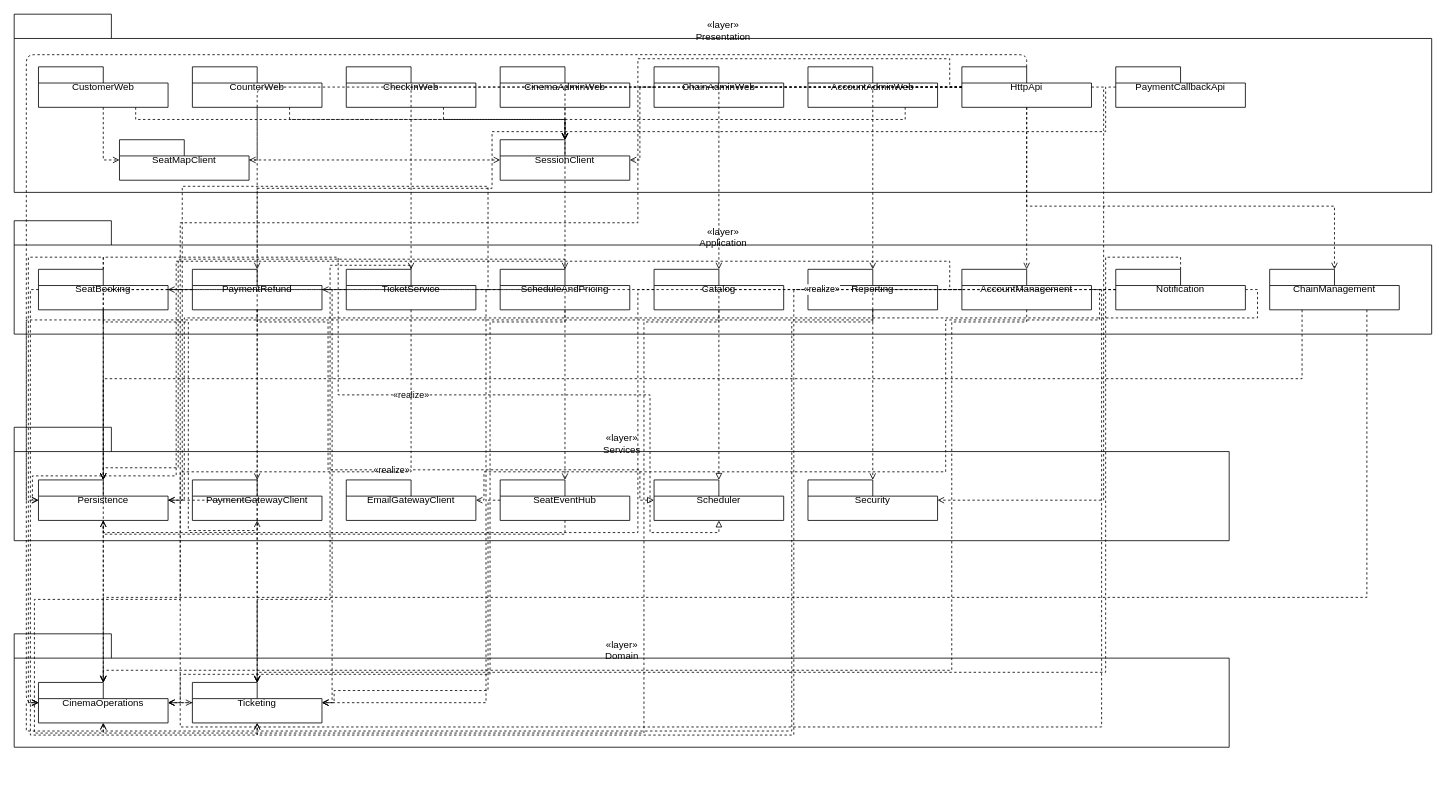
Before: design/diagrams/P09-package-layers.drawio in luytbq/app-dat-ve-xem-phim, a draw.io diagram. Source tidied: cells renumbered, new cells numbered last; positions are measured from the earlier drawing's top-left corner, leaving out a move shared by most shapes. Both pictures are drawn from the tidied source at 81%, with x=0, y=0 at pixel (14, 14).
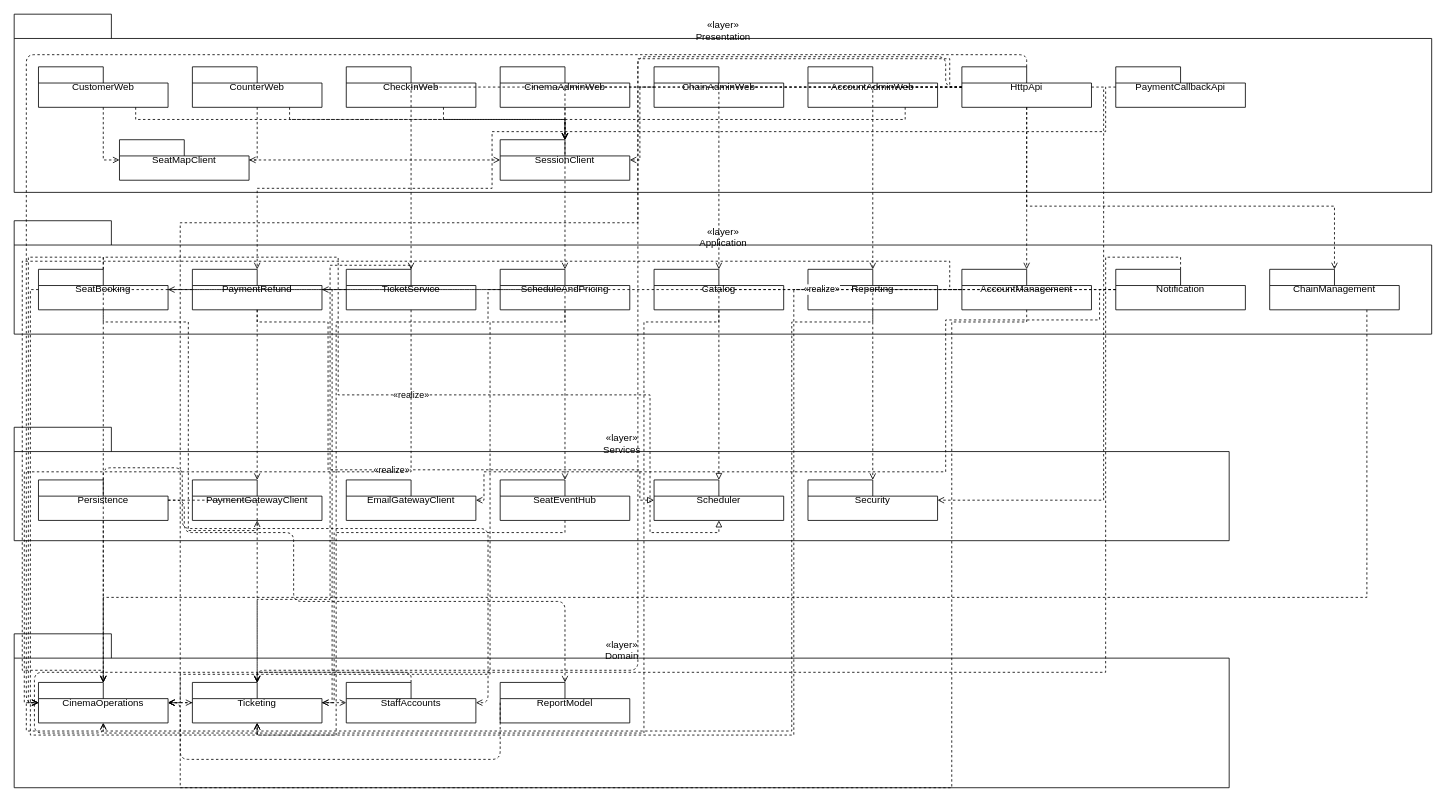
After the change.

Unchanged cells that the change refers to:
```xml
<mxCell id="9" value="HttpApi" style="shape=folder;tabWidth=80;tabHeight=20;tabPosition=left;html=1;whiteSpace=wrap;" parent="2" vertex="1">
  <mxGeometry x="1170" y="65" width="160" height="50" as="geometry" />
</mxCell>
<mxCell id="14" value="SeatBooking" style="shape=folder;tabWidth=80;tabHeight=20;tabPosition=left;html=1;whiteSpace=wrap;" parent="13" vertex="1">
  <mxGeometry x="30" y="60" width="160" height="50" as="geometry" />
</mxCell>
<mxCell id="15" value="PaymentRefund" style="shape=folder;tabWidth=80;tabHeight=20;tabPosition=left;html=1;whiteSpace=wrap;" parent="13" vertex="1">
  <mxGeometry x="220" y="60" width="160" height="50" as="geometry" />
</mxCell>
<mxCell id="16" value="TicketService" style="shape=folder;tabWidth=80;tabHeight=20;tabPosition=left;html=1;whiteSpace=wrap;" parent="13" vertex="1">
  <mxGeometry x="410" y="60" width="160" height="50" as="geometry" />
</mxCell>
<mxCell id="17" value="ScheduleAndPricing" style="shape=folder;tabWidth=80;tabHeight=20;tabPosition=left;html=1;whiteSpace=wrap;" parent="13" vertex="1">
  <mxGeometry x="600" y="60" width="160" height="50" as="geometry" />
</mxCell>
<mxCell id="18" value="Catalog" style="shape=folder;tabWidth=80;tabHeight=20;tabPosition=left;html=1;whiteSpace=wrap;" parent="13" vertex="1">
  <mxGeometry x="790" y="60" width="160" height="50" as="geometry" />
</mxCell>
<mxCell id="19" value="Reporting" style="shape=folder;tabWidth=80;tabHeight=20;tabPosition=left;html=1;whiteSpace=wrap;" parent="13" vertex="1">
  <mxGeometry x="980" y="60" width="160" height="50" as="geometry" />
</mxCell>
<mxCell id="20" value="AccountManagement" style="shape=folder;tabWidth=80;tabHeight=20;tabPosition=left;html=1;whiteSpace=wrap;" parent="13" vertex="1">
  <mxGeometry x="1170" y="60" width="160" height="50" as="geometry" />
</mxCell>
<mxCell id="21" value="Notification" style="shape=folder;tabWidth=80;tabHeight=20;tabPosition=left;html=1;whiteSpace=wrap;" parent="13" vertex="1">
  <mxGeometry x="1360" y="60" width="160" height="50" as="geometry" />
</mxCell>
<mxCell id="22" value="ChainManagement" style="shape=folder;tabWidth=80;tabHeight=20;tabPosition=left;html=1;whiteSpace=wrap;" parent="13" vertex="1">
  <mxGeometry x="1550" y="60" width="160" height="50" as="geometry" />
</mxCell>
<mxCell id="24" value="Persistence" style="shape=folder;tabWidth=80;tabHeight=20;tabPosition=left;html=1;whiteSpace=wrap;" parent="23" vertex="1">
  <mxGeometry x="30" y="65" width="160" height="50" as="geometry" />
</mxCell>
<mxCell id="27" value="SeatEventHub" style="shape=folder;tabWidth=80;tabHeight=20;tabPosition=left;html=1;whiteSpace=wrap;" parent="23" vertex="1">
  <mxGeometry x="600" y="65" width="160" height="50" as="geometry" />
</mxCell>
<mxCell id="31" value="CinemaOperations" style="shape=folder;tabWidth=80;tabHeight=20;tabPosition=left;html=1;whiteSpace=wrap;" parent="30" vertex="1">
  <mxGeometry x="30" y="60" width="160" height="50" as="geometry" />
</mxCell>
<mxCell id="32" value="Ticketing" style="shape=folder;tabWidth=80;tabHeight=20;tabPosition=left;html=1;whiteSpace=wrap;" parent="30" vertex="1">
  <mxGeometry x="220" y="60" width="160" height="50" as="geometry" />
</mxCell>
```

The edit, as a diff of the source:
```diff
@@
     <mxCell id="30" value="«layer»&lt;br&gt;Domain" style="shape=folder;tabWidth=120;tabHeight=30;tabPosition=left;html=1;verticalAlign=top;fillColor=none;" parent="1" vertex="1">
-      <mxGeometry y="765" width="1500" height="140" as="geometry" />
+      <mxGeometry y="765" width="1500" height="190" as="geometry" />
     </mxCell>
@@
-    <mxCell id="41" style="edgeStyle=orthogonalEdgeStyle;rounded=0;html=1;dashed=1;endArrow=open;endFill=0;" parent="1" edge="1" source="14" target="24">
-      <mxGeometry relative="1" as="geometry" />
-    </mxCell>
@@
-    <mxCell id="47" style="edgeStyle=orthogonalEdgeStyle;rounded=0;html=1;dashed=1;endArrow=open;endFill=0;" parent="1" edge="1" source="15" target="24">
-      <mxGeometry relative="1" as="geometry" />
-    </mxCell>
@@
-    <mxCell id="50" style="edgeStyle=orthogonalEdgeStyle;rounded=0;html=1;dashed=1;endArrow=open;endFill=0;exitX=0;exitY=0.5;exitDx=0;exitDy=0;entryX=0.5;entryY=1;entryDx=0;entryDy=0;" parent="1" edge="1" source="15" target="31">
+    <mxCell id="50" style="edgeStyle=orthogonalEdgeStyle;rounded=0;html=1;dashed=1;endArrow=open;endFill=0;exitX=0;exitY=0.5;exitDx=0;exitDy=0;entryX=0;entryY=0.5;entryDx=0;entryDy=0;" parent="1" edge="1" source="15" target="31">
       <mxGeometry relative="1" as="geometry">
         <Array as="points">
           <mxPoint x="205" y="340" />
-          <mxPoint x="205" y="722.5" />
-          <mxPoint x="25" y="722.5" />
-          <mxPoint x="25" y="887.5" />
-          <mxPoint x="110" y="887.5" />
+          <mxPoint x="205" y="565" />
+          <mxPoint x="12.5" y="565" />
+          <mxPoint x="12.5" y="850" />
         </Array>
       </mxGeometry>
     </mxCell>
@@
-    <mxCell id="53" style="edgeStyle=orthogonalEdgeStyle;rounded=0;html=1;dashed=1;endArrow=open;endFill=0;exitX=1;exitY=0.5;exitDx=0;exitDy=0;entryX=0;entryY=0.5;entryDx=0;entryDy=0;" parent="1" edge="1" source="16" target="24">
-      <mxGeometry relative="1" as="geometry">
-        <Array as="points">
-          <mxPoint x="585" y="340" />
-          <mxPoint x="585" y="305" />
-          <mxPoint x="200" y="305" />
-          <mxPoint x="200" y="570" />
-          <mxPoint x="22.5" y="570" />
-          <mxPoint x="22.5" y="600" />
-        </Array>
-      </mxGeometry>
-    </mxCell>
@@
-    <mxCell id="56" style="edgeStyle=orthogonalEdgeStyle;rounded=0;html=1;dashed=1;endArrow=open;endFill=0;exitX=0.5;exitY=0;exitDx=0;exitDy=0;entryX=0.5;entryY=0;entryDx=0;entryDy=0;" parent="1" edge="1" source="17" target="24">
-      <mxGeometry relative="1" as="geometry">
-        <Array as="points">
-          <mxPoint x="680" y="302.5" />
-          <mxPoint x="202.5" y="302.5" />
-          <mxPoint x="202.5" y="560" />
-          <mxPoint x="110" y="560" />
-        </Array>
-      </mxGeometry>
-    </mxCell>
@@
-    <mxCell id="58" style="edgeStyle=orthogonalEdgeStyle;rounded=0;html=1;dashed=1;endArrow=open;endFill=0;exitX=0;exitY=0.5;exitDx=0;exitDy=0;entryX=1;entryY=0.5;entryDx=0;entryDy=0;" parent="1" edge="1" source="17" target="32">
+    <mxCell id="58" style="edgeStyle=orthogonalEdgeStyle;rounded=0;html=1;dashed=1;endArrow=open;endFill=0;exitX=0;exitY=0.5;exitDx=0;exitDy=0;entryX=0.5;entryY=1;entryDx=0;entryDy=0;" parent="1" edge="1" source="17" target="32">
       <mxGeometry relative="1" as="geometry">
         <Array as="points">
-          <mxPoint x="582.5" y="340" />
-          <mxPoint x="582.5" y="850" />
+          <mxPoint x="585" y="340" />
+          <mxPoint x="585" y="380" />
+          <mxPoint x="397.5" y="380" />
+          <mxPoint x="397.5" y="890" />
+          <mxPoint x="300" y="890" />
         </Array>
       </mxGeometry>
     </mxCell>
-    <mxCell id="59" style="edgeStyle=orthogonalEdgeStyle;rounded=0;html=1;dashed=1;endArrow=open;endFill=0;exitX=0;exitY=0.5;exitDx=0;exitDy=0;entryX=0.5;entryY=1;entryDx=0;entryDy=0;" parent="1" edge="1" source="18" target="24">
-      <mxGeometry relative="1" as="geometry">
-        <Array as="points">
-          <mxPoint x="770" y="340" />
-          <mxPoint x="770" y="640" />
-          <mxPoint x="110" y="640" />
-        </Array>
-      </mxGeometry>
-    </mxCell>
@@
-    <mxCell id="61" style="edgeStyle=orthogonalEdgeStyle;rounded=0;html=1;dashed=1;endArrow=open;endFill=0;exitX=0.5;exitY=1;exitDx=0;exitDy=0;entryX=0;entryY=0.5;entryDx=0;entryDy=0;" parent="1" edge="1" source="19" target="24">
-      <mxGeometry relative="1" as="geometry">
-        <Array as="points">
-          <mxPoint x="1060" y="377.5" />
-          <mxPoint x="15" y="377.5" />
-          <mxPoint x="15" y="600" />
-        </Array>
-      </mxGeometry>
-    </mxCell>
@@
-    <mxCell id="64" style="edgeStyle=orthogonalEdgeStyle;rounded=0;html=1;dashed=1;endArrow=open;endFill=0;exitX=0;exitY=0.5;exitDx=0;exitDy=0;entryX=1;entryY=0.5;entryDx=0;entryDy=0;" parent="1" edge="1" source="20" target="24">
-      <mxGeometry relative="1" as="geometry">
-        <Array as="points">
-          <mxPoint x="1155" y="340" />
-          <mxPoint x="1155" y="305" />
-          <mxPoint x="585" y="305" />
-          <mxPoint x="585" y="212.5" />
-          <mxPoint x="207.5" y="212.5" />
-          <mxPoint x="207.5" y="600" />
-        </Array>
-      </mxGeometry>
-    </mxCell>
@@
-    <mxCell id="66" style="edgeStyle=orthogonalEdgeStyle;rounded=0;html=1;dashed=1;endArrow=open;endFill=0;exitX=0.5;exitY=1;exitDx=0;exitDy=0;entryX=0.5;entryY=0;entryDx=0;entryDy=0;" parent="1" edge="1" source="20" target="31">
+    <mxCell id="66" style="edgeStyle=orthogonalEdgeStyle;rounded=0;html=1;dashed=1;endArrow=open;endFill=0;exitX=0;exitY=0.5;exitDx=0;exitDy=0;entryX=0.5;entryY=0;entryDx=0;entryDy=0;" parent="1" edge="1" source="20" target="31">
       <mxGeometry relative="1" as="geometry">
         <Array as="points">
-          <mxPoint x="1250" y="380" />
-          <mxPoint x="1157.5" y="380" />
-          <mxPoint x="1157.5" y="810" />
+          <mxPoint x="1155" y="340" />
+          <mxPoint x="1155" y="305" />
+          <mxPoint x="10" y="305" />
+          <mxPoint x="10" y="810" />
           <mxPoint x="110" y="810" />
         </Array>
       </mxGeometry>
     </mxCell>
-    <mxCell id="67" style="edgeStyle=orthogonalEdgeStyle;rounded=0;html=1;dashed=1;endArrow=open;endFill=0;exitX=1;exitY=0.5;exitDx=0;exitDy=0;entryX=0;entryY=0.5;entryDx=0;entryDy=0;" parent="1" edge="1" source="20" target="32">
+    <mxCell id="67" style="edgeStyle=orthogonalEdgeStyle;rounded=0;html=1;dashed=1;endArrow=open;endFill=0;exitX=0.5;exitY=1;exitDx=0;exitDy=0;entryX=0;entryY=0.5;entryDx=0;entryDy=0;" parent="1" edge="1" source="20" target="32">
       <mxGeometry relative="1" as="geometry">
         <Array as="points">
-          <mxPoint x="1342.5" y="340" />
-          <mxPoint x="1342.5" y="880" />
-          <mxPoint x="205" y="880" />
+          <mxPoint x="1250" y="380" />
+          <mxPoint x="1157.5" y="380" />
+          <mxPoint x="1157.5" y="955" />
+          <mxPoint x="205" y="955" />
           <mxPoint x="205" y="850" />
         </Array>
       </mxGeometry>
     </mxCell>
-    <mxCell id="68" style="edgeStyle=orthogonalEdgeStyle;rounded=0;html=1;dashed=1;endArrow=open;endFill=0;exitX=1;exitY=0.5;exitDx=0;exitDy=0;entryX=1;entryY=0.5;entryDx=0;entryDy=0;" parent="1" edge="1" source="21" target="24">
-      <mxGeometry relative="1" as="geometry">
-        <Array as="points">
-          <mxPoint x="1535" y="340" />
-          <mxPoint x="1535" y="375" />
-          <mxPoint x="210" y="375" />
-          <mxPoint x="210" y="600" />
-        </Array>
-      </mxGeometry>
-    </mxCell>
@@
-    <mxCell id="74" style="edgeStyle=orthogonalEdgeStyle;rounded=0;html=1;dashed=1;endArrow=open;endFill=0;exitX=0;exitY=0.5;exitDx=0;exitDy=0;entryX=1;entryY=0.5;entryDx=0;entryDy=0;" parent="1" edge="1" source="27" target="32">
+    <mxCell id="74" style="edgeStyle=orthogonalEdgeStyle;rounded=0;html=1;dashed=1;endArrow=open;endFill=0;exitX=0.5;exitY=1;exitDx=0;exitDy=0;entryX=1;entryY=0.5;entryDx=0;entryDy=0;" parent="1" edge="1" source="27" target="32">
       <mxGeometry relative="1" as="geometry">
         <Array as="points">
-          <mxPoint x="585" y="600" />
-          <mxPoint x="585" y="835" />
-          <mxPoint x="395" y="835" />
+          <mxPoint x="680" y="640" />
+          <mxPoint x="395" y="640" />
           <mxPoint x="395" y="850" />
         </Array>
       </mxGeometry>
     </mxCell>
@@
-    <mxCell id="76" style="edgeStyle=orthogonalEdgeStyle;rounded=0;html=1;dashed=1;endArrow=open;endFill=0;exitX=0.5;exitY=1;exitDx=0;exitDy=0;entryX=0.5;entryY=1;entryDx=0;entryDy=0;" parent="1" edge="1" source="27" target="24">
-      <mxGeometry relative="1" as="geometry">
-        <Array as="points">
-          <mxPoint x="680" y="642" />
-          <mxPoint x="110" y="642" />
-        </Array>
-      </mxGeometry>
-    </mxCell>
@@
-    <mxCell id="81" style="edgeStyle=orthogonalEdgeStyle;rounded=0;html=1;dashed=1;endArrow=open;endFill=0;exitX=0.25;exitY=1;exitDx=0;exitDy=0;entryX=0.5;entryY=0;entryDx=0;entryDy=0;" parent="1" edge="1" source="22" target="24">
-      <mxGeometry relative="1" as="geometry">
-        <Array as="points">
-          <mxPoint x="1590" y="450" />
-          <mxPoint x="110" y="450" />
-        </Array>
-      </mxGeometry>
-    </mxCell>
@@
-    <mxCell id="91" style="edgeStyle=orthogonalEdgeStyle;endArrow=open;dashed=1;html=1;" parent="1" edge="1" source="9" target="32">
-      <mxGeometry relative="1" as="geometry" />
+    <mxCell id="91" style="edgeStyle=orthogonalEdgeStyle;endArrow=open;dashed=1;html=1;exitX=0;exitY=0.5;exitDx=0;exitDy=0;entryX=0.5;entryY=0;entryDx=0;entryDy=0;" parent="1" edge="1" source="9" target="32">
+      <mxGeometry relative="1" as="geometry">
+        <Array as="points">
+          <mxPoint x="1150" y="90" />
+          <mxPoint x="1150" y="52.5" />
+          <mxPoint x="770" y="52.5" />
+          <mxPoint x="770" y="810" />
+          <mxPoint x="300" y="810" />
+        </Array>
+      </mxGeometry>
     </mxCell>
+    <mxCell id="92" value="StaffAccounts" style="shape=folder;tabWidth=80;tabHeight=20;tabPosition=left;html=1;whiteSpace=wrap;" parent="30" vertex="1">
+      <mxGeometry x="410" y="60" width="160" height="50" as="geometry" />
+    </mxCell>
+    <mxCell id="93" value="ReportModel" style="shape=folder;tabWidth=80;tabHeight=20;tabPosition=left;html=1;whiteSpace=wrap;" parent="30" vertex="1">
+      <mxGeometry x="600" y="60" width="160" height="50" as="geometry" />
+    </mxCell>
+    <mxCell id="94" style="edgeStyle=orthogonalEdgeStyle;endArrow=open;dashed=1;html=1;" parent="1" edge="1" source="32" target="92">
+      <mxGeometry relative="1" as="geometry" />
+    </mxCell>
+    <mxCell id="95" style="edgeStyle=orthogonalEdgeStyle;endArrow=open;dashed=1;html=1;exitX=0.5;exitY=0;exitDx=0;exitDy=0;entryX=0.5;entryY=1;entryDx=0;entryDy=0;" parent="1" edge="1" source="92" target="31">
+      <mxGeometry relative="1" as="geometry">
+        <Array as="points">
+          <mxPoint x="490" y="812.5" />
+          <mxPoint x="25" y="812.5" />
+          <mxPoint x="25" y="887.5" />
+          <mxPoint x="110" y="887.5" />
+        </Array>
+      </mxGeometry>
+    </mxCell>
+    <mxCell id="96" style="edgeStyle=orthogonalEdgeStyle;endArrow=open;dashed=1;html=1;exitX=0;exitY=0.5;exitDx=0;exitDy=0;entryX=1;entryY=0.5;entryDx=0;entryDy=0;" parent="1" edge="1" source="93" target="31">
+      <mxGeometry relative="1" as="geometry">
+        <Array as="points">
+          <mxPoint x="205" y="920" />
+          <mxPoint x="205" y="850" />
+        </Array>
+      </mxGeometry>
+    </mxCell>
+    <mxCell id="97" style="edgeStyle=orthogonalEdgeStyle;endArrow=open;dashed=1;html=1;exitX=0.5;exitY=0;exitDx=0;exitDy=0;entryX=1;entryY=0.5;entryDx=0;entryDy=0;" parent="1" edge="1" source="24" target="92">
+      <mxGeometry relative="1" as="geometry">
+        <Array as="points">
+          <mxPoint x="110" y="560" />
+          <mxPoint x="207.5" y="560" />
+          <mxPoint x="207.5" y="635" />
+          <mxPoint x="585" y="635" />
+          <mxPoint x="585" y="850" />
+        </Array>
+      </mxGeometry>
+    </mxCell>
+    <mxCell id="98" style="edgeStyle=orthogonalEdgeStyle;endArrow=open;dashed=1;html=1;exitX=1;exitY=0.5;exitDx=0;exitDy=0;entryX=0.5;entryY=0;entryDx=0;entryDy=0;" parent="1" edge="1" source="24" target="93">
+      <mxGeometry relative="1" as="geometry">
+        <Array as="points">
+          <mxPoint x="210" y="600" />
+          <mxPoint x="210" y="640" />
+          <mxPoint x="345" y="640" />
+          <mxPoint x="345" y="725" />
+          <mxPoint x="680" y="725" />
+        </Array>
+      </mxGeometry>
+    </mxCell>
```
